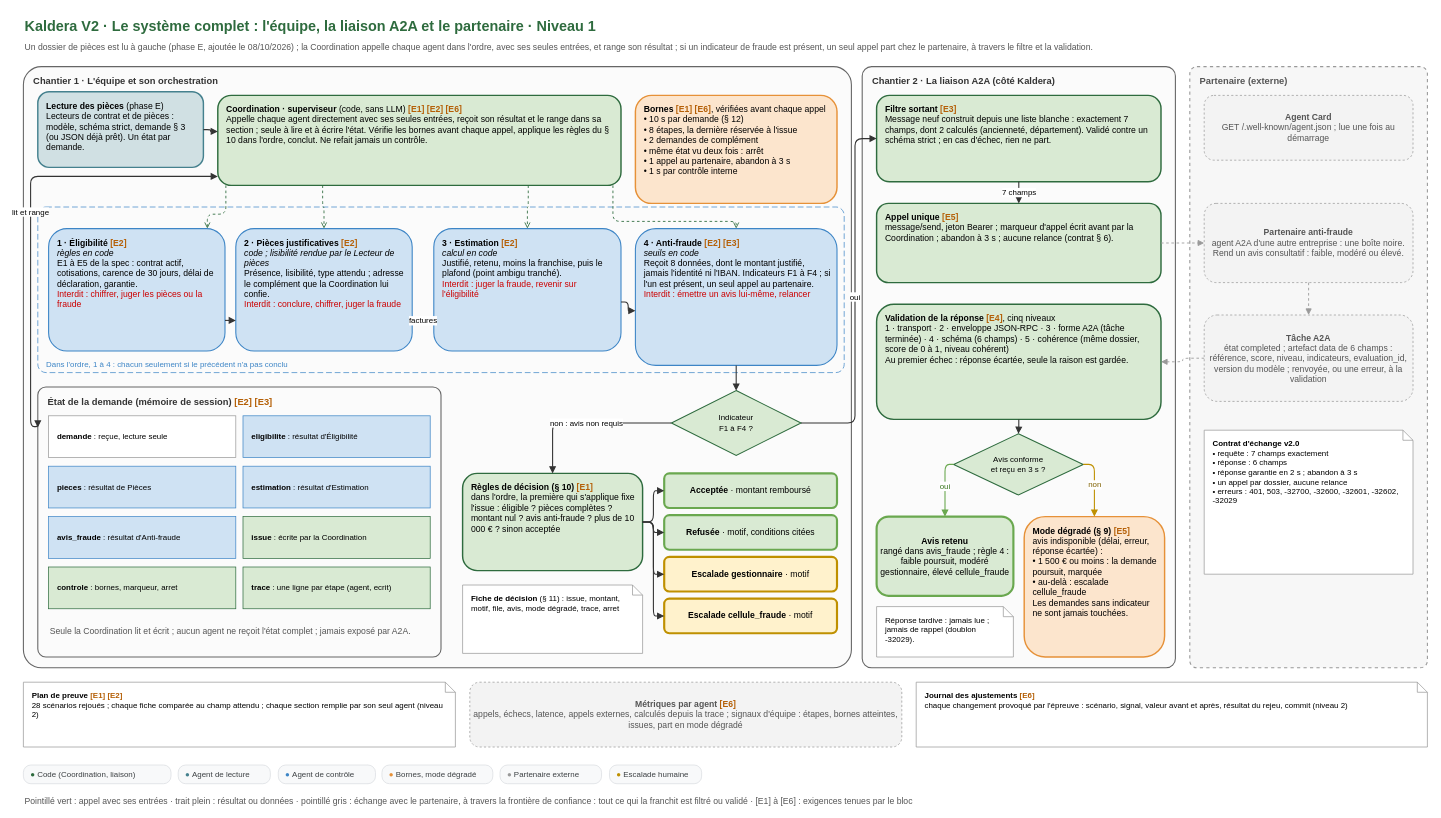
The draw.io diagram conception/schemas/schema-N1-systeme-complet.drawio in Ganda15/kaldera-bout-en-bout_v2, before the edit. Source tidied: cells renumbered, new cells numbered last; positions are measured from the earlier drawing's top-left corner, leaving out a move shared by most shapes. Both pictures are drawn from the tidied source at 72%, with x=0, y=0 at pixel (23, 12).
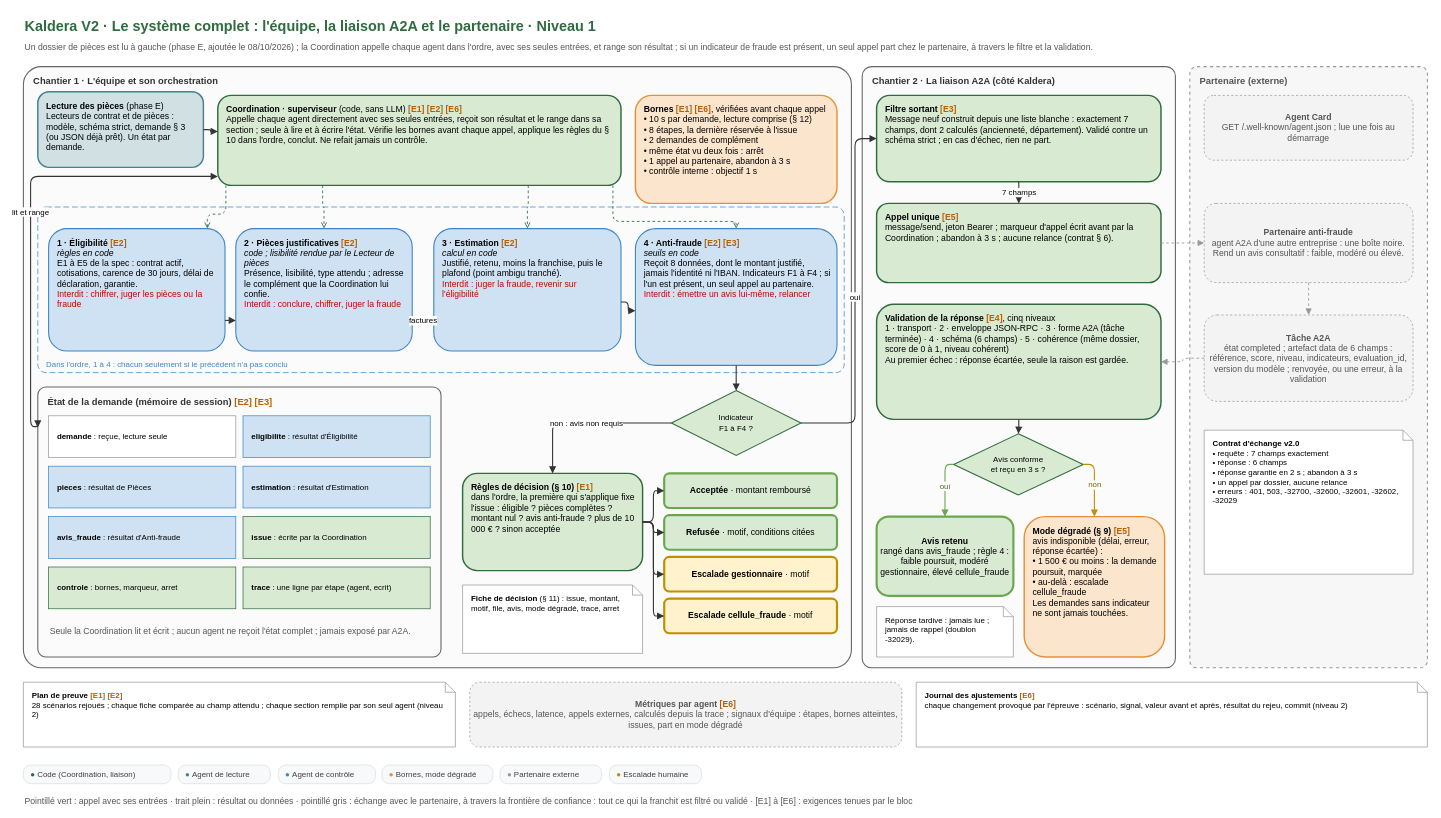
The same diagram, later.

Commit message (it also covers changes not shown here):
docs(conception): budget de 10 s lecture comprise, controles en sequence dans la memoire, schemas 1, 2, E et N1

Diff of the diagram source:
```diff
@@
-    <mxCell id="9" value="&lt;b&gt;Bornes&lt;/b&gt; &lt;font color=&quot;#b45f06&quot;&gt;&lt;b&gt;[E1] [E6]&lt;/b&gt;&lt;/font&gt;, vérifiées avant chaque appel&lt;br&gt;• 10 s par demande (§ 12)&lt;br&gt;• 8 étapes, la dernière réservée à l'issue&lt;br&gt;• 2 demandes de complément&lt;br&gt;• même état vu deux fois : arrêt&lt;br&gt;• 1 appel au partenaire, abandon à 3 s&lt;br&gt;• 1 s par contrôle interne" style="whiteSpace=wrap;html=1;fontFamily=Arial;fontSize=12;align=left;spacingLeft=10;spacingRight=8;verticalAlign=top;spacingTop=6;rounded=1;fillColor=#fce5cd;strokeColor=#e69138;strokeWidth=2;" parent="1" vertex="1">
+    <mxCell id="9" value="&lt;b&gt;Bornes&lt;/b&gt; &lt;font color=&quot;#b45f06&quot;&gt;&lt;b&gt;[E1] [E6]&lt;/b&gt;&lt;/font&gt;, vérifiées avant chaque appel&lt;br&gt;• 10 s par demande, lecture comprise (§ 12)&lt;br&gt;• 8 étapes, la dernière réservée à l'issue&lt;br&gt;• 2 demandes de complément&lt;br&gt;• même état vu deux fois : arrêt&lt;br&gt;• 1 appel au partenaire, abandon à 3 s&lt;br&gt;• contrôle interne : objectif 1 s" style="whiteSpace=wrap;html=1;fontFamily=Arial;fontSize=12;align=left;spacingLeft=10;spacingRight=8;verticalAlign=top;spacingTop=6;rounded=1;fillColor=#fce5cd;strokeColor=#e69138;strokeWidth=2;" parent="1" vertex="1">
       <mxGeometry x="850" y="115" width="280" height="150" as="geometry" />
     </mxCell>
```
